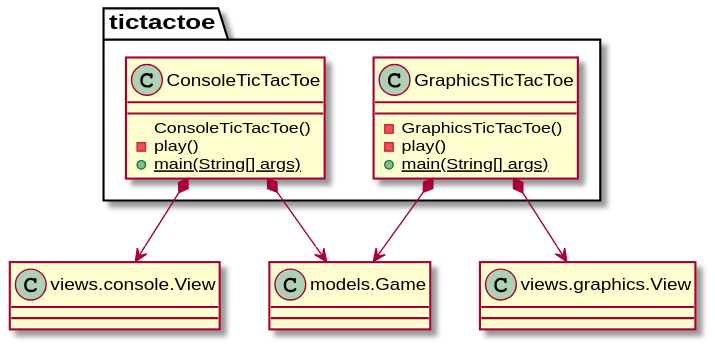
This is documentView/withoutFactoryMethod/docs/diagrams/out/paquetes/tictactoe.svg from Jolucaa/USantaTecla-project-ticTacToe, a PlantUML export, as it was before one commit.
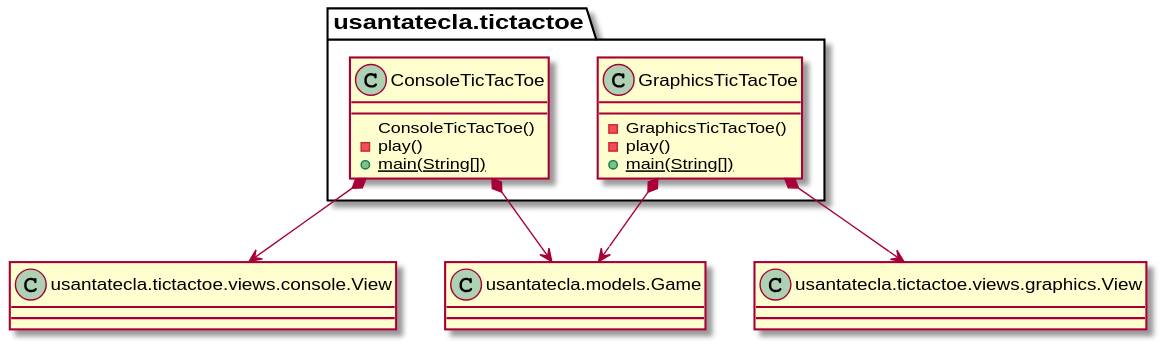
The same diagram one commit later.

What changed in the source:
```diff
@@ -1,26 +1,26 @@
 @startuml
-class tictactoe.ConsoleTicTacToe {
+class usantatecla.tictactoe.ConsoleTicTacToe {
 
 	ConsoleTicTacToe()
 	- play()
-	+ {static} main(String[] args)
+	+ {static} main(String[])
 
 }
 
-class tictactoe.GraphicsTicTacToe {
+class usantatecla.tictactoe.GraphicsTicTacToe {
 
 	- GraphicsTicTacToe()
 	- play()
-	+ {static} main(String[] args)
+	+ {static} main(String[])
 
 }
 
-class Game as "models.Game"
-class consoleView as "views.console.View"
-class graphicsView as "views.graphics.View"
+class Game as "usantatecla.models.Game"
+class consoleView as "usantatecla.tictactoe.views.console.View"
+class graphicsView as "usantatecla.tictactoe.views.graphics.View"
 
-tictactoe.ConsoleTicTacToe *-down-> Game
-tictactoe.GraphicsTicTacToe *-down-> Game
-tictactoe.ConsoleTicTacToe *-down-> consoleView
-tictactoe.GraphicsTicTacToe *-down-> graphicsView
+usantatecla.tictactoe.ConsoleTicTacToe *-down-> Game
+usantatecla.tictactoe.GraphicsTicTacToe *-down-> Game
+usantatecla.tictactoe.ConsoleTicTacToe *-down-> consoleView
+usantatecla.tictactoe.GraphicsTicTacToe *-down-> graphicsView
 @enduml
```
